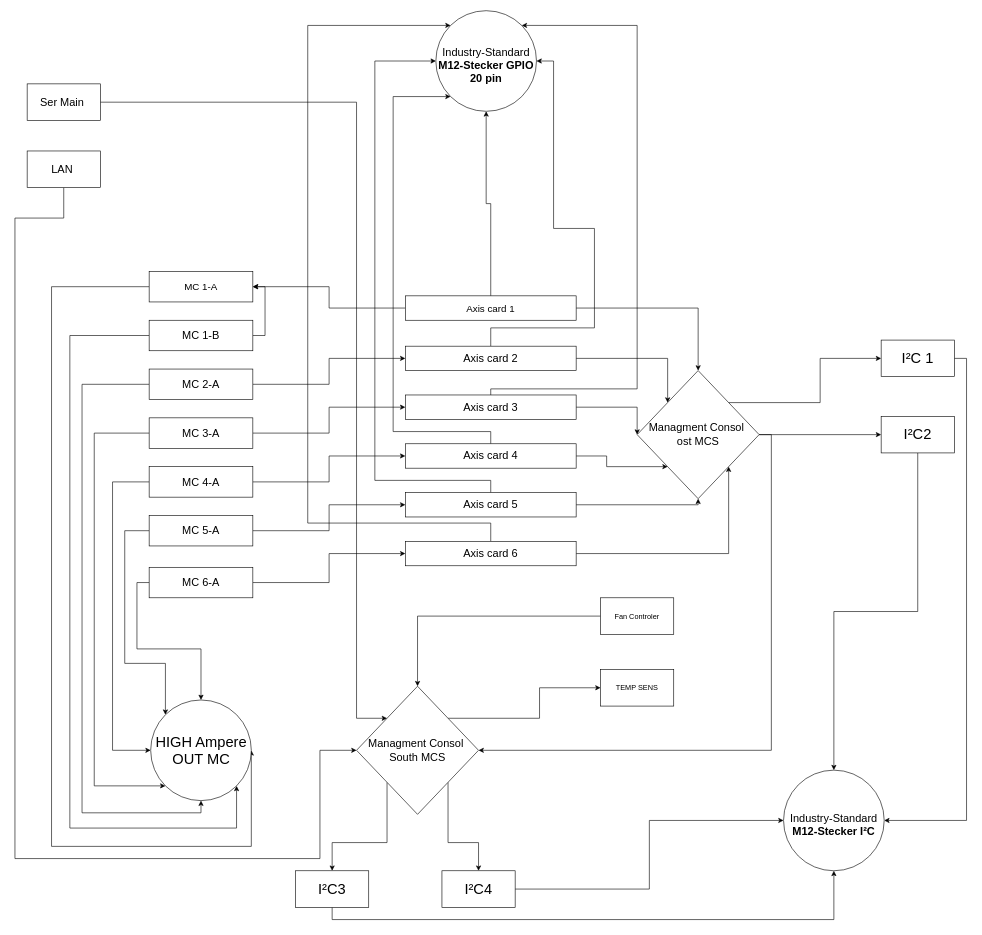
Above: electronic _engineering/Mainboard_engineering/Mainboard_robot.drawio in RoboticsUnion/Heavy-Core-MK1 (draw.io), before the change. Source tidied: cells renumbered, new cells numbered last; positions are measured from the earlier drawing's top-left corner, leaving out a move shared by most shapes. Both pictures are drawn from the tidied source at 61%, with x=0, y=0 at pixel (15, 10).
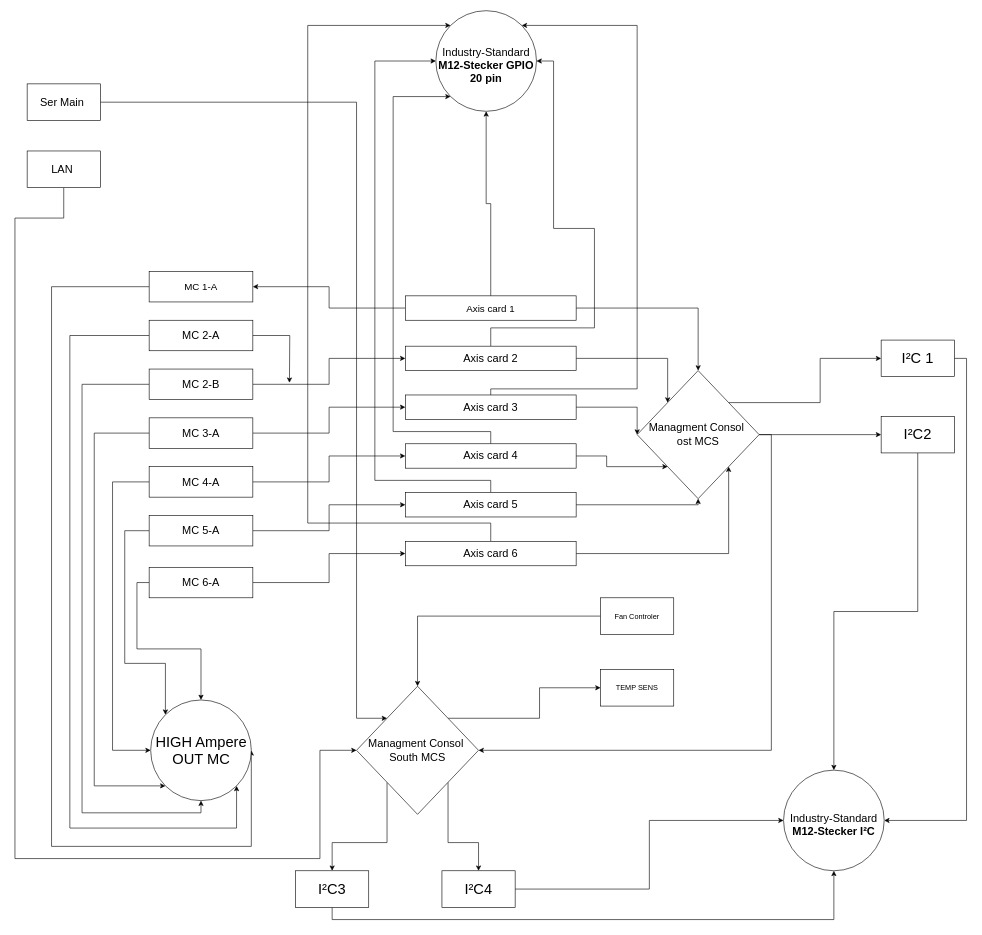
The same diagram, later.

Commit message:
Motorcontroller Name Change

The change refers to these unchanged cells:
```xml
<mxCell id="22" value="&lt;font size=&quot;3&quot;&gt;MC 1-A&lt;/font&gt;" style="rounded=0;whiteSpace=wrap;html=1;" parent="1" vertex="1">
  <mxGeometry x="220" y="427.5" width="170" height="50" as="geometry" />
</mxCell>
```

Change to the diagram source:
```diff
@@
-    <mxCell id="23" style="edgeStyle=orthogonalEdgeStyle;rounded=0;jettySize=auto;html=1;exitX=1;exitY=0.5;exitDx=0;exitDy=0;entryX=1;entryY=0.5;entryDx=0;entryDy=0;" parent="1" edge="1" source="25" target="22">
-      <mxGeometry relative="1" as="geometry" />
-    </mxCell>
@@
+    <mxCell id="67" style="edgeStyle=orthogonalEdgeStyle;rounded=0;jettySize=auto;html=1;exitX=1;exitY=0.5;exitDx=0;exitDy=0;" parent="1" edge="1" source="25">
+      <mxGeometry relative="1" as="geometry">
+        <mxPoint x="450" y="610" as="targetPoint" />
+      </mxGeometry>
+    </mxCell>
-    <mxCell id="25" value="&lt;font style=&quot;font-size: 18px;&quot;&gt;MC 1-B&lt;/font&gt;" style="rounded=0;whiteSpace=wrap;html=1;" parent="1" vertex="1">
+    <mxCell id="25" value="&lt;font style=&quot;font-size: 18px;&quot;&gt;MC 2-A&lt;/font&gt;" style="rounded=0;whiteSpace=wrap;html=1;" parent="1" vertex="1">
       <mxGeometry x="220" y="507.5" width="170" height="50" as="geometry" />
     </mxCell>
@@
-    <mxCell id="28" value="&lt;font style=&quot;font-size: 18px;&quot;&gt;MC 2-A&lt;/font&gt;" style="rounded=0;whiteSpace=wrap;html=1;" parent="1" vertex="1">
+    <mxCell id="28" value="&lt;font style=&quot;font-size: 18px;&quot;&gt;MC 2-B&lt;/font&gt;" style="rounded=0;whiteSpace=wrap;html=1;" parent="1" vertex="1">
       <mxGeometry x="220" y="587.5" width="170" height="50" as="geometry" />
     </mxCell>
```
